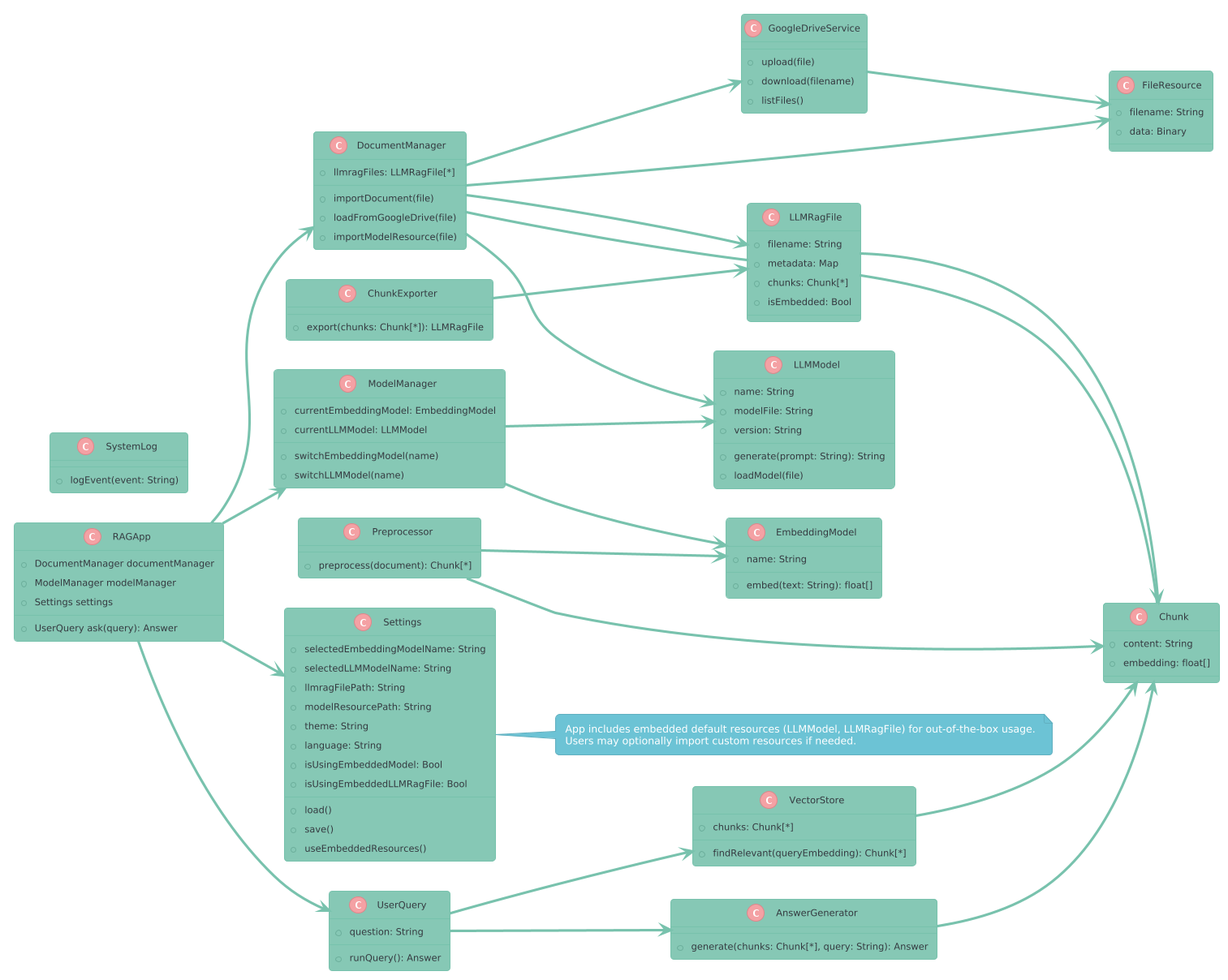
raskolnikoff/RAGfish keeps this PlantUML diagram as docs/assets/ClassDiagram.png. Above is the earlier version.
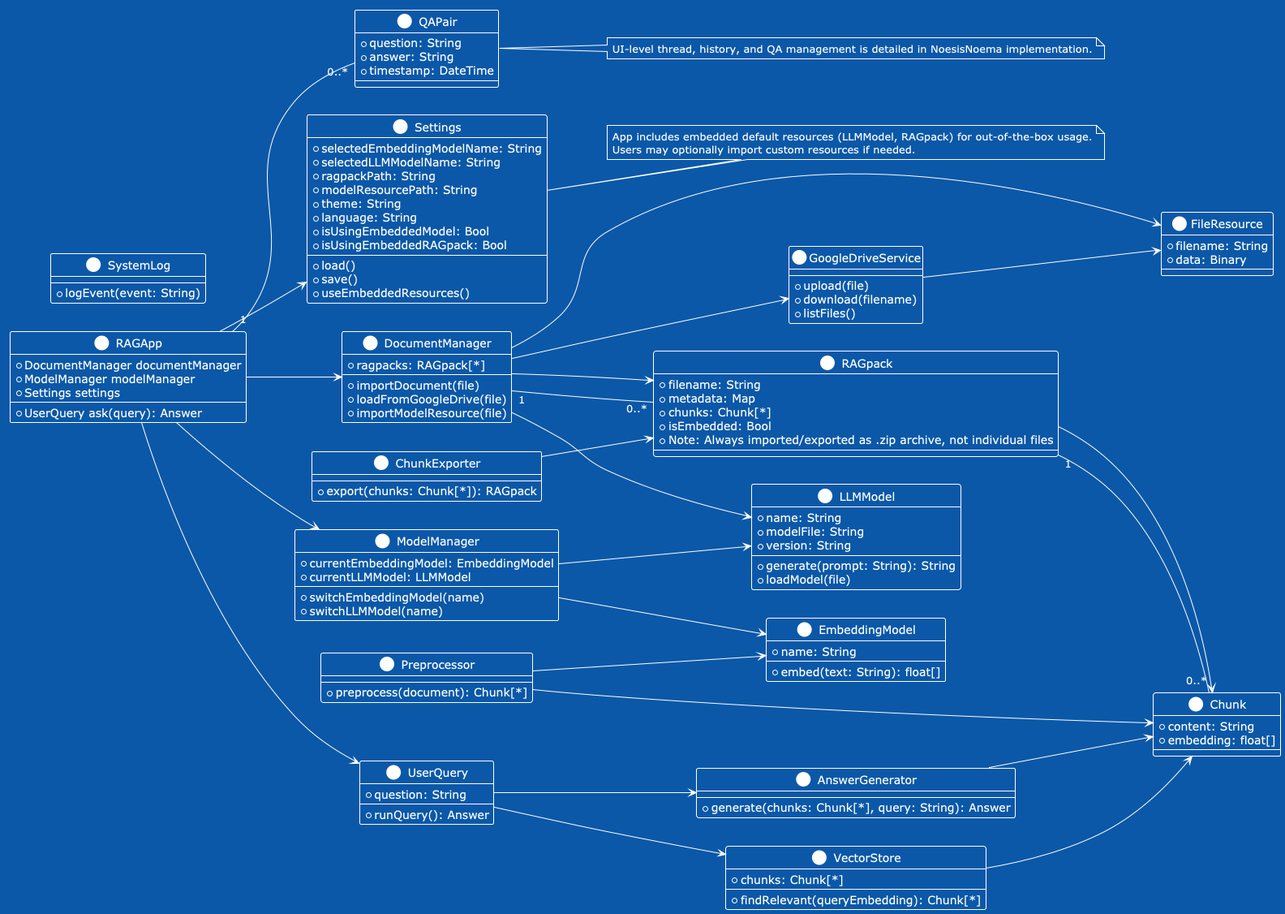
After the commit.

Diff of the diagram source:
```diff
@@ -1,5 +1,5 @@
 @startuml
-!theme minty
+!theme amiga
 left to right direction
 
 class RAGApp {
@@ -13,14 +13,15 @@
     +importDocument(file)
     +loadFromGoogleDrive(file)
     +importModelResource(file)
-    +llmragFiles: LLMRagFile[*]
+    +ragpacks: RAGpack[*]
 }
 
-class LLMRagFile {
+class RAGpack {
     +filename: String
     +metadata: Map
     +chunks: Chunk[*]
     +isEmbedded: Bool
+    +Note: Always imported/exported as .zip archive, not individual files
 }
 
 class Chunk {
@@ -49,22 +50,32 @@
     +switchLLMModel(name)
 }
 
+class QAPair {
+    +question: String
+    +answer: String
+    +timestamp: DateTime
+}
+
 class Settings {
     +selectedEmbeddingModelName: String
     +selectedLLMModelName: String
-    +llmragFilePath: String
+    +ragpackPath: String
     +modelResourcePath: String
     +theme: String
     +language: String
     +load()
     +save()
     +isUsingEmbeddedModel: Bool
-    +isUsingEmbeddedLLMRagFile: Bool
+    +isUsingEmbeddedRAGpack: Bool
     +useEmbeddedResources()
 }
 note right of Settings
-App includes embedded default resources (LLMModel, LLMRagFile) for out-of-the-box usage.
+App includes embedded default resources (LLMModel, RAGpack) for out-of-the-box usage.
 Users may optionally import custom resources if needed.
+end note
+
+note right of QAPair
+UI-level thread, history, and QA management is detailed in NoesisNoema implementation.
 end note
 
 class Preprocessor {
@@ -85,7 +96,7 @@
 }
 
 class ChunkExporter {
-    +export(chunks: Chunk[*]): LLMRagFile
+    +export(chunks: Chunk[*]): RAGpack
 }
 
 class GoogleDriveService {
@@ -103,15 +114,16 @@
     +logEvent(event: String)
 }
 
-DocumentManager "1" -- "0..*" LLMRagFile
-LLMRagFile "1" -- "0..*" Chunk
+DocumentManager "1" -- "0..*" RAGpack
+RAGpack "1" -- "0..*" Chunk
+RAGApp "1" -- "0..*" QAPair
 
 RAGApp --> DocumentManager
 RAGApp --> ModelManager
 RAGApp --> Settings
 RAGApp --> UserQuery
-DocumentManager --> LLMRagFile
-LLMRagFile --> Chunk
+DocumentManager --> RAGpack
+RAGpack --> Chunk
 DocumentManager --> GoogleDriveService
 DocumentManager --> FileResource
 DocumentManager --> LLMModel
@@ -123,6 +135,7 @@
 ModelManager --> LLMModel
 Preprocessor --> EmbeddingModel
 Preprocessor --> Chunk
-ChunkExporter --> LLMRagFile
+ChunkExporter --> RAGpack
 GoogleDriveService --> FileResource
+
 @enduml
```
